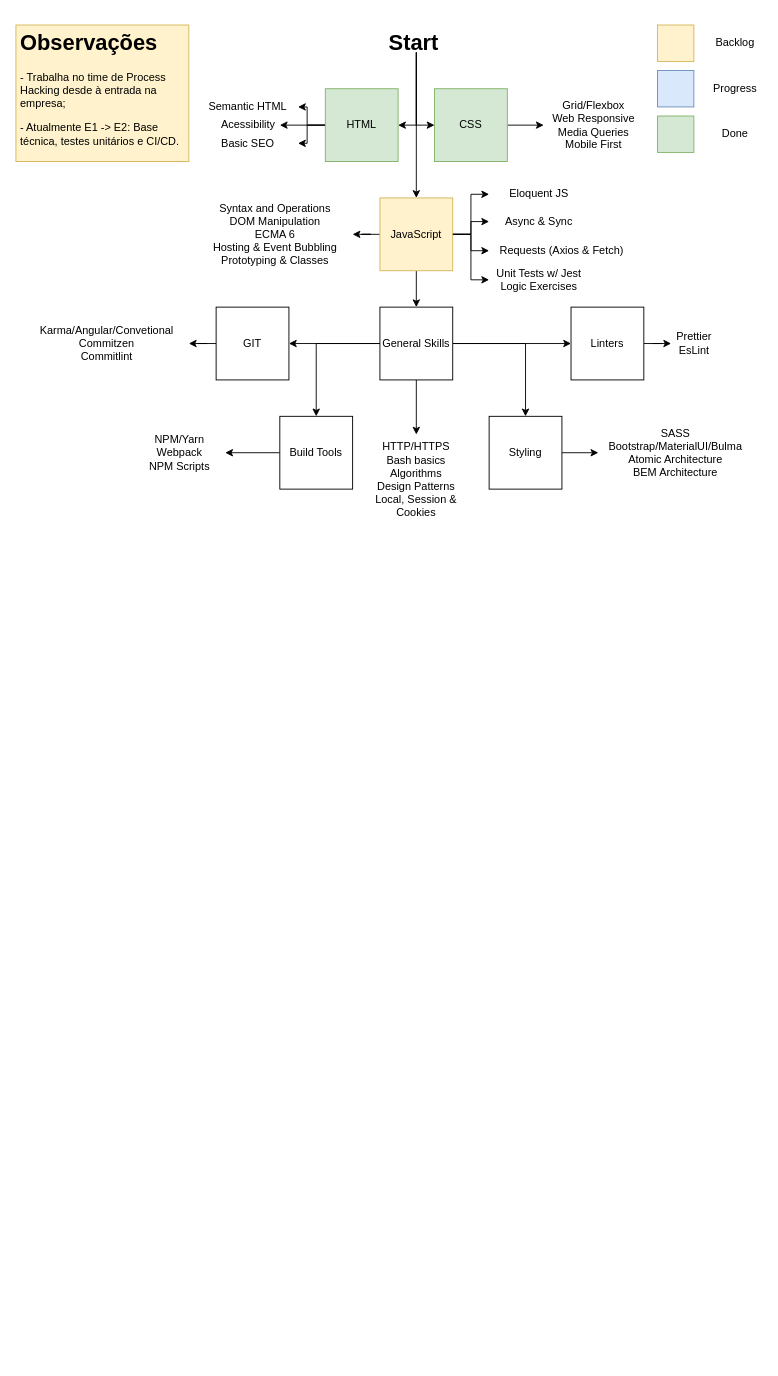
This is Roadmap.drawio from azraelgarden/maju-mentoria, a draw.io file, before an edit. Source tidied: cells renumbered, new cells numbered last; positions are measured from the earlier drawing's top-left corner, leaving out a move shared by most shapes. Both pictures are drawn from the tidied source at 91%, with x=0, y=0 at pixel (15, 25).
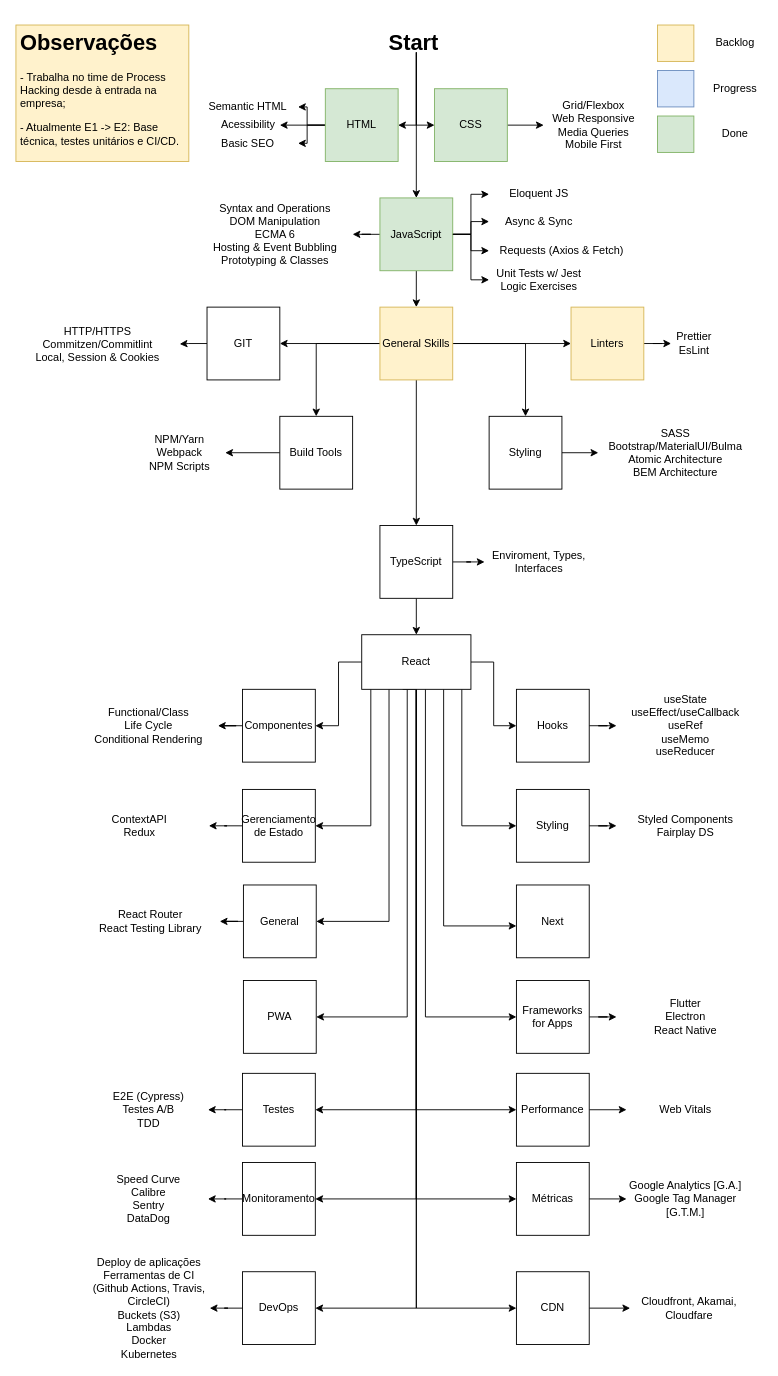
Above is the later version.

Change to the diagram source:
```diff
@@
-    <mxCell id="16" value="JavaScript" style="whiteSpace=wrap;html=1;fillColor=#fff2cc;strokeColor=#d6b656;" parent="1" vertex="1">
+    <mxCell id="16" value="JavaScript" style="whiteSpace=wrap;html=1;fillColor=#d5e8d4;strokeColor=#82b366;" parent="1" vertex="1">
       <mxGeometry x="400" y="190" width="80" height="80" as="geometry" />
     </mxCell>
@@
-    <mxCell id="25" style="edgeStyle=orthogonalEdgeStyle;rounded=0;jettySize=auto;html=1;" parent="1" edge="1" source="30" target="31">
-      <mxGeometry relative="1" as="geometry" />
-    </mxCell>
@@
+    <mxCell id="61" style="edgeStyle=orthogonalEdgeStyle;rounded=0;jettySize=auto;html=1;" parent="1" edge="1" source="30" target="64">
+      <mxGeometry relative="1" as="geometry" />
+    </mxCell>
-    <mxCell id="30" value="General Skills" style="whiteSpace=wrap;html=1;" parent="1" vertex="1">
+    <mxCell id="30" value="General Skills" style="whiteSpace=wrap;html=1;fillColor=#fff2cc;strokeColor=#d6b656;" parent="1" vertex="1">
       <mxGeometry x="400" y="310" width="80" height="80" as="geometry" />
     </mxCell>
-    <mxCell id="31" value="HTTP/HTTPS&lt;br&gt;Bash basics&lt;br&gt;Algorithms&lt;br&gt;Design Patterns&lt;br&gt;Local, Session &amp;amp; Cookies" style="text;html=1;strokeColor=none;fillColor=none;align=center;verticalAlign=middle;whiteSpace=wrap;rounded=0;" parent="1" vertex="1">
-      <mxGeometry x="380" y="450" width="120" height="100" as="geometry" />
-    </mxCell>
@@
-    <mxCell id="42" value="Linters" style="whiteSpace=wrap;html=1;" parent="1" vertex="1">
+    <mxCell id="42" value="Linters" style="whiteSpace=wrap;html=1;fillColor=#fff2cc;strokeColor=#d6b656;" parent="1" vertex="1">
       <mxGeometry x="610" y="310" width="80" height="80" as="geometry" />
     </mxCell>
@@
     <mxCell id="46" value="GIT" style="whiteSpace=wrap;html=1;" parent="1" vertex="1">
-      <mxGeometry x="220" y="310" width="80" height="80" as="geometry" />
+      <mxGeometry x="210" y="310" width="80" height="80" as="geometry" />
     </mxCell>
-    <mxCell id="47" value="Karma/Angular/Convetional&lt;br&gt;Commitzen&lt;br&gt;Commitlint" style="text;html=1;strokeColor=none;fillColor=none;align=center;verticalAlign=middle;whiteSpace=wrap;rounded=0;" parent="1" vertex="1">
-      <mxGeometry x="10" y="340" width="180" height="20" as="geometry" />
+    <mxCell id="47" value="HTTP/HTTPS&lt;br&gt;Commitzen/Commitlint&lt;br&gt;Local, Session &amp;amp; Cookies" style="text;html=1;strokeColor=none;fillColor=none;align=center;verticalAlign=middle;whiteSpace=wrap;rounded=0;" parent="1" vertex="1">
+      <mxGeometry y="330" width="180" height="41" as="geometry" />
     </mxCell>
@@
+    <mxCell id="62" style="edgeStyle=orthogonalEdgeStyle;rounded=0;jettySize=auto;html=1;" parent="1" edge="1" source="64" target="65">
+      <mxGeometry relative="1" as="geometry" />
+    </mxCell>
+    <mxCell id="63" style="edgeStyle=orthogonalEdgeStyle;rounded=0;jettySize=auto;html=1;fontColor=#000000;" parent="1" edge="1" source="64" target="80">
+      <mxGeometry relative="1" as="geometry" />
+    </mxCell>
+    <mxCell id="64" value="TypeScript" style="whiteSpace=wrap;html=1;" parent="1" vertex="1">
+      <mxGeometry x="400" y="550" width="80" height="80" as="geometry" />
+    </mxCell>
+    <mxCell id="65" value="Enviroment, Types, Interfaces" style="text;html=1;align=center;verticalAlign=middle;whiteSpace=wrap;rounded=0;" parent="1" vertex="1">
+      <mxGeometry x="515" y="540" width="120" height="100" as="geometry" />
+    </mxCell>
+    <mxCell id="66" style="edgeStyle=orthogonalEdgeStyle;rounded=0;jettySize=auto;html=1;" parent="1" edge="1" source="80" target="82">
+      <mxGeometry relative="1" as="geometry" />
+    </mxCell>
+    <mxCell id="67" style="edgeStyle=orthogonalEdgeStyle;rounded=0;jettySize=auto;html=1;" parent="1" edge="1" source="80" target="85">
+      <mxGeometry relative="1" as="geometry" />
+    </mxCell>
+    <mxCell id="68" style="edgeStyle=orthogonalEdgeStyle;rounded=0;jettySize=auto;html=1;" parent="1" edge="1" source="80" target="88">
+      <mxGeometry relative="1" as="geometry">
+        <Array as="points">
+          <mxPoint x="390" y="880" />
+        </Array>
+      </mxGeometry>
+    </mxCell>
+    <mxCell id="69" style="edgeStyle=orthogonalEdgeStyle;rounded=0;jettySize=auto;html=1;" parent="1" edge="1" source="80" target="91">
+      <mxGeometry relative="1" as="geometry">
+        <Array as="points">
+          <mxPoint x="490" y="880" />
+        </Array>
+      </mxGeometry>
+    </mxCell>
+    <mxCell id="70" style="edgeStyle=orthogonalEdgeStyle;rounded=0;jettySize=auto;html=1;" parent="1" edge="1" source="80" target="94">
+      <mxGeometry relative="1" as="geometry">
+        <Array as="points">
+          <mxPoint x="410" y="985" />
+        </Array>
+      </mxGeometry>
+    </mxCell>
+    <mxCell id="71" style="edgeStyle=orthogonalEdgeStyle;rounded=0;jettySize=auto;html=1;" parent="1" edge="1" source="80" target="96">
+      <mxGeometry relative="1" as="geometry">
+        <Array as="points">
+          <mxPoint x="470" y="990" />
+        </Array>
+      </mxGeometry>
+    </mxCell>
+    <mxCell id="72" style="edgeStyle=orthogonalEdgeStyle;rounded=0;jettySize=auto;html=1;" parent="1" edge="1" source="80" target="97">
+      <mxGeometry relative="1" as="geometry">
+        <Array as="points">
+          <mxPoint x="430" y="1090" />
+        </Array>
+      </mxGeometry>
+    </mxCell>
+    <mxCell id="73" style="edgeStyle=orthogonalEdgeStyle;rounded=0;jettySize=auto;html=1;" parent="1" edge="1" source="80" target="99">
+      <mxGeometry relative="1" as="geometry">
+        <Array as="points">
+          <mxPoint x="450" y="1090" />
+        </Array>
+      </mxGeometry>
+    </mxCell>
+    <mxCell id="74" style="edgeStyle=orthogonalEdgeStyle;rounded=0;jettySize=auto;html=1;" parent="1" edge="1" target="102">
+      <mxGeometry relative="1" as="geometry">
+        <mxPoint x="425" y="730" as="sourcePoint" />
+        <Array as="points">
+          <mxPoint x="440" y="730" />
+          <mxPoint x="440" y="1192" />
+        </Array>
+      </mxGeometry>
+    </mxCell>
+    <mxCell id="75" style="edgeStyle=orthogonalEdgeStyle;rounded=0;jettySize=auto;html=1;" parent="1" edge="1" source="80" target="105">
+      <mxGeometry relative="1" as="geometry">
+        <Array as="points">
+          <mxPoint x="440" y="1192" />
+        </Array>
+      </mxGeometry>
+    </mxCell>
+    <mxCell id="76" style="edgeStyle=orthogonalEdgeStyle;rounded=0;jettySize=auto;html=1;" parent="1" edge="1" source="80" target="108">
+      <mxGeometry relative="1" as="geometry">
+        <Array as="points">
+          <mxPoint x="440" y="1290" />
+        </Array>
+      </mxGeometry>
+    </mxCell>
+    <mxCell id="77" style="edgeStyle=orthogonalEdgeStyle;rounded=0;jettySize=auto;html=1;" parent="1" edge="1" source="80" target="111">
+      <mxGeometry relative="1" as="geometry">
+        <Array as="points">
+          <mxPoint x="440" y="1290" />
+        </Array>
+      </mxGeometry>
+    </mxCell>
+    <mxCell id="78" style="edgeStyle=orthogonalEdgeStyle;rounded=0;jettySize=auto;html=1;" parent="1" edge="1" source="80" target="114">
+      <mxGeometry relative="1" as="geometry">
+        <Array as="points">
+          <mxPoint x="440" y="1410" />
+        </Array>
+      </mxGeometry>
+    </mxCell>
+    <mxCell id="79" style="edgeStyle=orthogonalEdgeStyle;rounded=0;jettySize=auto;html=1;" parent="1" edge="1" source="80" target="116">
+      <mxGeometry relative="1" as="geometry">
+        <Array as="points">
+          <mxPoint x="440" y="1410" />
+        </Array>
+      </mxGeometry>
+    </mxCell>
+    <mxCell id="80" value="React" style="rounded=0;whiteSpace=wrap;html=1;" parent="1" vertex="1">
+      <mxGeometry x="380" y="670" width="120" height="60" as="geometry" />
+    </mxCell>
+    <mxCell id="81" style="edgeStyle=orthogonalEdgeStyle;rounded=0;jettySize=auto;html=1;" parent="1" edge="1" source="82" target="83">
+      <mxGeometry relative="1" as="geometry" />
+    </mxCell>
+    <mxCell id="82" value="Componentes" style="whiteSpace=wrap;html=1;" parent="1" vertex="1">
+      <mxGeometry x="249" y="730" width="80" height="80" as="geometry" />
+    </mxCell>
+    <mxCell id="83" value="Functional/Class&lt;br&gt;Life Cycle&lt;br&gt;Conditional Rendering" style="text;html=1;strokeColor=none;fillColor=none;align=center;verticalAlign=middle;whiteSpace=wrap;rounded=0;" parent="1" vertex="1">
+      <mxGeometry x="70" y="755" width="152" height="30" as="geometry" />
+    </mxCell>
+    <mxCell id="84" style="edgeStyle=orthogonalEdgeStyle;rounded=0;jettySize=auto;html=1;" parent="1" edge="1" source="85" target="86">
+      <mxGeometry relative="1" as="geometry" />
+    </mxCell>
+    <mxCell id="85" value="Hooks" style="whiteSpace=wrap;html=1;" parent="1" vertex="1">
+      <mxGeometry x="550" y="730" width="80" height="80" as="geometry" />
+    </mxCell>
+    <mxCell id="86" value="useState&lt;br&gt;useEffect/useCallback&lt;br&gt;useRef&lt;br&gt;useMemo&lt;br&gt;useReducer" style="text;html=1;strokeColor=none;fillColor=none;align=center;verticalAlign=middle;whiteSpace=wrap;rounded=0;" parent="1" vertex="1">
+      <mxGeometry x="660" y="755" width="152" height="30" as="geometry" />
+    </mxCell>
+    <mxCell id="87" style="edgeStyle=orthogonalEdgeStyle;rounded=0;jettySize=auto;html=1;" parent="1" edge="1" source="88" target="89">
+      <mxGeometry relative="1" as="geometry" />
+    </mxCell>
+    <mxCell id="88" value="Gerenciamento de Estado" style="whiteSpace=wrap;html=1;" parent="1" vertex="1">
+      <mxGeometry x="249" y="840" width="80" height="80" as="geometry" />
+    </mxCell>
+    <mxCell id="89" value="ContextAPI&lt;br&gt;Redux" style="text;html=1;strokeColor=none;fillColor=none;align=center;verticalAlign=middle;whiteSpace=wrap;rounded=0;" parent="1" vertex="1">
+      <mxGeometry x="60" y="865" width="152" height="30" as="geometry" />
+    </mxCell>
+    <mxCell id="90" style="edgeStyle=orthogonalEdgeStyle;rounded=0;jettySize=auto;html=1;" parent="1" edge="1" source="91" target="92">
+      <mxGeometry relative="1" as="geometry" />
+    </mxCell>
+    <mxCell id="91" value="Styling" style="whiteSpace=wrap;html=1;" parent="1" vertex="1">
+      <mxGeometry x="550" y="840" width="80" height="80" as="geometry" />
+    </mxCell>
+    <mxCell id="92" value="Styled Components&lt;br&gt;Fairplay DS" style="text;html=1;strokeColor=none;fillColor=none;align=center;verticalAlign=middle;whiteSpace=wrap;rounded=0;" parent="1" vertex="1">
+      <mxGeometry x="660" y="865" width="152" height="30" as="geometry" />
+    </mxCell>
+    <mxCell id="93" style="edgeStyle=orthogonalEdgeStyle;rounded=0;jettySize=auto;html=1;" parent="1" edge="1" source="94" target="95">
+      <mxGeometry relative="1" as="geometry" />
+    </mxCell>
+    <mxCell id="94" value="General" style="whiteSpace=wrap;html=1;" parent="1" vertex="1">
+      <mxGeometry x="250" y="945" width="80" height="80" as="geometry" />
+    </mxCell>
+    <mxCell id="95" value="React Router&lt;br&gt;React Testing Library" style="text;html=1;strokeColor=none;fillColor=none;align=center;verticalAlign=middle;whiteSpace=wrap;rounded=0;" parent="1" vertex="1">
+      <mxGeometry x="72" y="970" width="152" height="30" as="geometry" />
+    </mxCell>
+    <mxCell id="96" value="Next" style="whiteSpace=wrap;html=1;" parent="1" vertex="1">
+      <mxGeometry x="550" y="945" width="80" height="80" as="geometry" />
+    </mxCell>
+    <mxCell id="97" value="PWA" style="whiteSpace=wrap;html=1;" parent="1" vertex="1">
+      <mxGeometry x="250" y="1050" width="80" height="80" as="geometry" />
+    </mxCell>
+    <mxCell id="98" style="edgeStyle=orthogonalEdgeStyle;rounded=0;jettySize=auto;html=1;" parent="1" edge="1" source="99" target="100">
+      <mxGeometry relative="1" as="geometry" />
+    </mxCell>
+    <mxCell id="99" value="Frameworks for Apps" style="whiteSpace=wrap;html=1;" parent="1" vertex="1">
+      <mxGeometry x="550" y="1050" width="80" height="80" as="geometry" />
+    </mxCell>
+    <mxCell id="100" value="Flutter&lt;br&gt;Electron&lt;br&gt;React Native" style="text;html=1;strokeColor=none;fillColor=none;align=center;verticalAlign=middle;whiteSpace=wrap;rounded=0;" parent="1" vertex="1">
+      <mxGeometry x="660" y="1075" width="152" height="30" as="geometry" />
+    </mxCell>
+    <mxCell id="101" style="edgeStyle=orthogonalEdgeStyle;rounded=0;jettySize=auto;html=1;" parent="1" edge="1" source="102" target="103">
+      <mxGeometry relative="1" as="geometry" />
+    </mxCell>
+    <mxCell id="102" value="Testes" style="whiteSpace=wrap;html=1;" parent="1" vertex="1">
+      <mxGeometry x="249" y="1152" width="80" height="80" as="geometry" />
+    </mxCell>
+    <mxCell id="103" value="E2E (Cypress)&lt;br&gt;Testes A/B&lt;br&gt;TDD" style="text;html=1;strokeColor=none;fillColor=none;align=center;verticalAlign=middle;whiteSpace=wrap;rounded=0;" parent="1" vertex="1">
+      <mxGeometry x="81" y="1177" width="130" height="30" as="geometry" />
+    </mxCell>
+    <mxCell id="104" style="edgeStyle=orthogonalEdgeStyle;rounded=0;jettySize=auto;html=1;" parent="1" edge="1" source="105" target="106">
+      <mxGeometry relative="1" as="geometry" />
+    </mxCell>
+    <mxCell id="105" value="Performance" style="whiteSpace=wrap;html=1;" parent="1" vertex="1">
+      <mxGeometry x="550" y="1152" width="80" height="80" as="geometry" />
+    </mxCell>
+    <mxCell id="106" value="Web Vitals" style="text;html=1;strokeColor=none;fillColor=none;align=center;verticalAlign=middle;whiteSpace=wrap;rounded=0;" parent="1" vertex="1">
+      <mxGeometry x="671" y="1177" width="130" height="30" as="geometry" />
+    </mxCell>
+    <mxCell id="107" style="edgeStyle=orthogonalEdgeStyle;rounded=0;jettySize=auto;html=1;" parent="1" edge="1" source="108" target="109">
+      <mxGeometry relative="1" as="geometry" />
+    </mxCell>
+    <mxCell id="108" value="Monitoramento" style="whiteSpace=wrap;html=1;" parent="1" vertex="1">
+      <mxGeometry x="249" y="1250" width="80" height="80" as="geometry" />
+    </mxCell>
+    <mxCell id="109" value="Speed Curve&lt;br&gt;Calibre&lt;br&gt;Sentry&lt;br&gt;DataDog" style="text;html=1;strokeColor=none;fillColor=none;align=center;verticalAlign=middle;whiteSpace=wrap;rounded=0;" parent="1" vertex="1">
+      <mxGeometry x="81" y="1275" width="130" height="30" as="geometry" />
+    </mxCell>
+    <mxCell id="110" style="edgeStyle=orthogonalEdgeStyle;rounded=0;jettySize=auto;html=1;" parent="1" edge="1" source="111" target="112">
+      <mxGeometry relative="1" as="geometry" />
+    </mxCell>
+    <mxCell id="111" value="Métricas" style="whiteSpace=wrap;html=1;" parent="1" vertex="1">
+      <mxGeometry x="550" y="1250" width="80" height="80" as="geometry" />
+    </mxCell>
+    <mxCell id="112" value="Google Analytics [G.A.] Google Tag Manager [G.T.M.]" style="text;html=1;strokeColor=none;fillColor=none;align=center;verticalAlign=middle;whiteSpace=wrap;rounded=0;" parent="1" vertex="1">
+      <mxGeometry x="671" y="1275" width="130" height="30" as="geometry" />
+    </mxCell>
+    <mxCell id="113" style="edgeStyle=orthogonalEdgeStyle;rounded=0;jettySize=auto;html=1;" parent="1" edge="1" source="114" target="117">
+      <mxGeometry relative="1" as="geometry" />
+    </mxCell>
+    <mxCell id="114" value="DevOps" style="whiteSpace=wrap;html=1;" parent="1" vertex="1">
+      <mxGeometry x="249" y="1370" width="80" height="80" as="geometry" />
+    </mxCell>
+    <mxCell id="115" style="edgeStyle=orthogonalEdgeStyle;rounded=0;jettySize=auto;html=1;" parent="1" edge="1" source="116" target="118">
+      <mxGeometry relative="1" as="geometry" />
+    </mxCell>
+    <mxCell id="116" value="CDN" style="whiteSpace=wrap;html=1;" parent="1" vertex="1">
+      <mxGeometry x="550" y="1370" width="80" height="80" as="geometry" />
+    </mxCell>
+    <mxCell id="117" value="&lt;div&gt;Deploy de aplicações&lt;/div&gt;&lt;div&gt;Ferramentas de CI (Github Actions, Travis, CircleCI)&lt;/div&gt;&lt;div&gt;Buckets (S3)&lt;/div&gt;&lt;div&gt;Lambdas&lt;/div&gt;&lt;div&gt;Docker&lt;/div&gt;&lt;div&gt;Kubernetes&lt;/div&gt;" style="text;html=1;strokeColor=none;fillColor=none;align=center;verticalAlign=middle;whiteSpace=wrap;rounded=0;" parent="1" vertex="1">
+      <mxGeometry x="80" y="1395" width="133" height="30" as="geometry" />
+    </mxCell>
+    <mxCell id="118" value="Cloudfront, Akamai, Cloudfare" style="text;html=1;strokeColor=none;fillColor=none;align=center;verticalAlign=middle;whiteSpace=wrap;rounded=0;" parent="1" vertex="1">
+      <mxGeometry x="675" y="1395" width="130" height="30" as="geometry" />
+    </mxCell>
```
